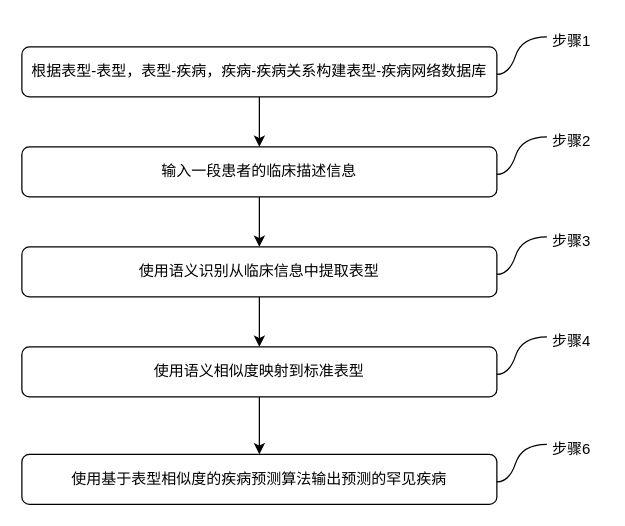
1374219958/peopleface keeps this draw.io diagram as 未命名绘图.drawio. Above is the earlier version. Source tidied: cells renumbered, new cells numbered last; positions are measured from the earlier drawing's top-left corner, leaving out a move shared by most shapes. Both pictures are drawn from the tidied source at 125%, with x=0, y=0 at pixel (21, 21).
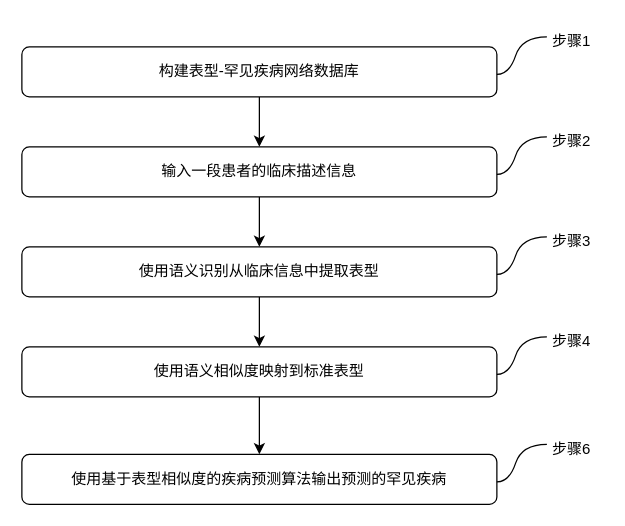
Above is the later version.

Commit message:
更新未命名绘图.drawio

What changed in the source:
```diff
@@
-    <mxCell id="18" value="根据表型-表型，表型-疾病，疾病-疾病关系构建表型-疾病网络数据库" style="rounded=1;whiteSpace=wrap;fontSize=12;glass=0;strokeWidth=1;shadow=0;" parent="1" vertex="1">
+    <mxCell id="18" value="构建表型-罕见疾病网络数据库" style="rounded=1;whiteSpace=wrap;fontSize=12;glass=0;strokeWidth=1;shadow=0;" parent="1" vertex="1">
       <mxGeometry y="20" width="380" height="40" as="geometry" />
     </mxCell>
```
